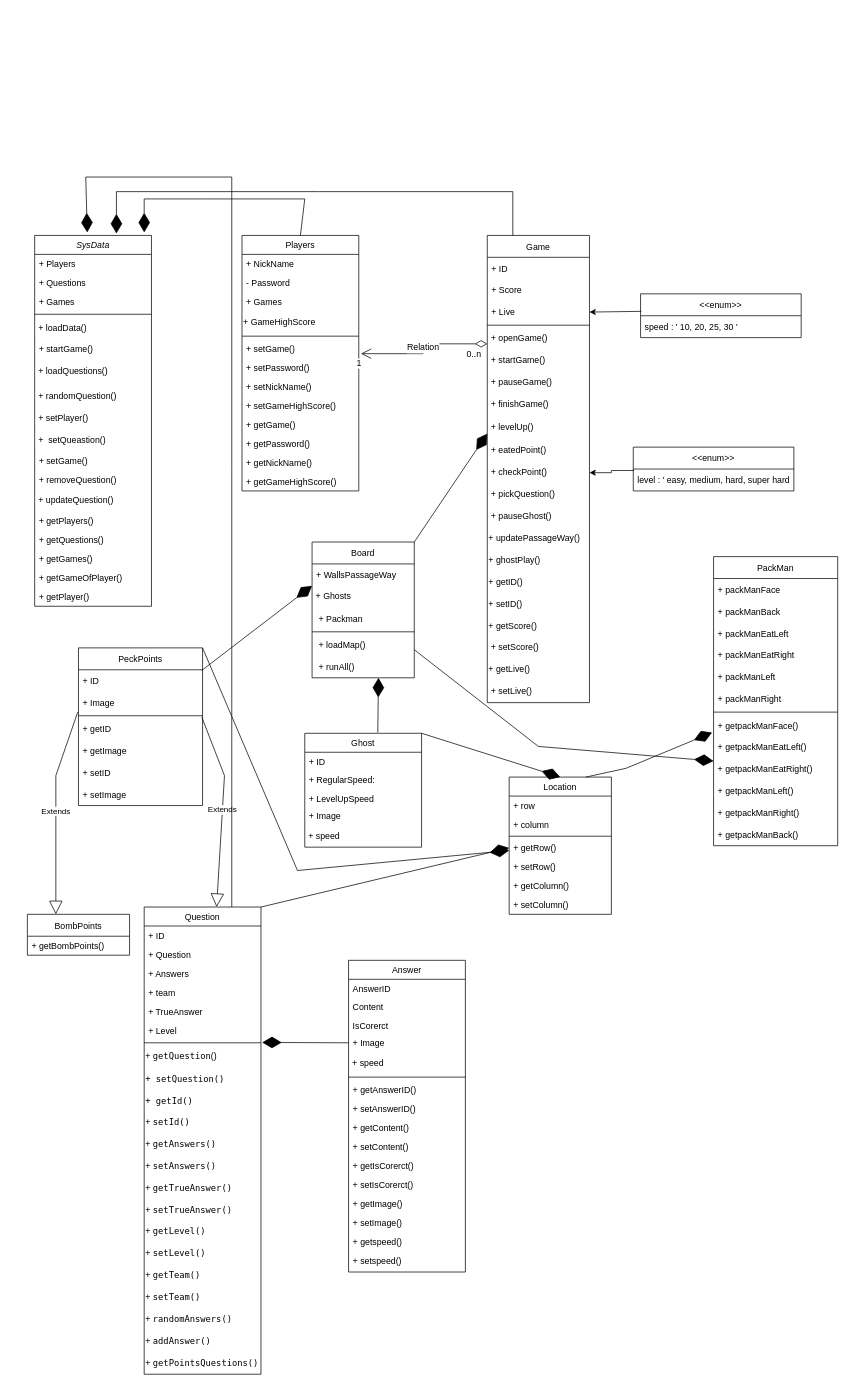
The draw.io diagram Untitled Diagram.drawio in muhammad197/Pack-Man, before the edit. Source tidied: cells renumbered, new cells numbered last; positions are measured from the earlier drawing's top-left corner, leaving out a move shared by most shapes. Both pictures are drawn from the tidied source at 73%, with x=0, y=0 at pixel (27, 177).
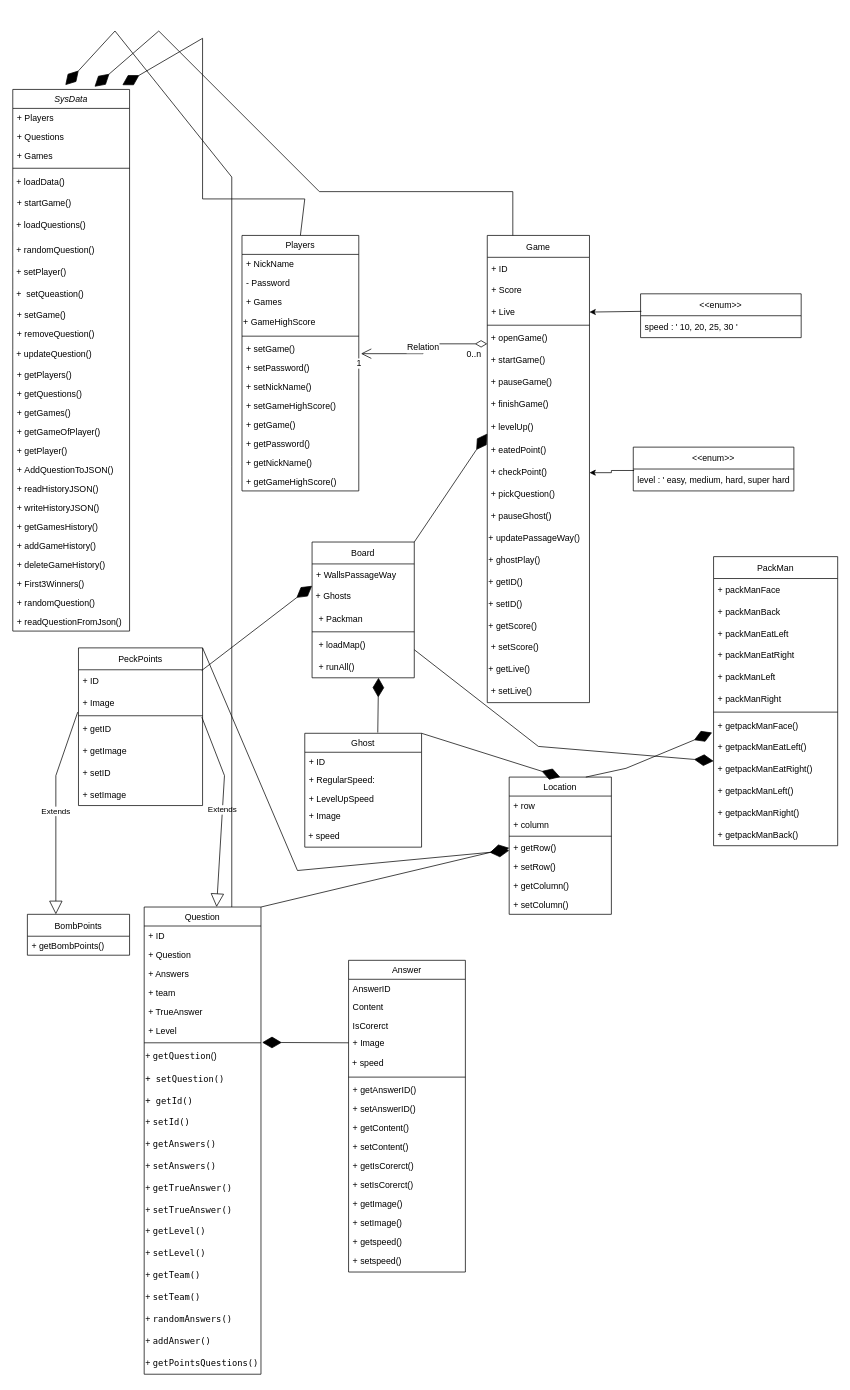
The same diagram, later.

The change refers to these unchanged cells:
```xml
<mxCell id="21" value="Question" style="swimlane;fontStyle=0;align=center;verticalAlign=top;horizontal=1;startSize=26;rounded=0;shadow=0;strokeWidth=1;" parent="1" vertex="1">
  <mxGeometry x="160" y="1000" width="160" height="640" as="geometry" />
</mxCell>
<mxCell id="50" value="Players" style="swimlane;fontStyle=0;align=center;verticalAlign=top;horizontal=1;startSize=26;rounded=0;shadow=0;strokeWidth=1;" parent="1" vertex="1">
  <mxGeometry x="294" y="80" width="160" height="350" as="geometry" />
</mxCell>
<mxCell id="64" value="Game" style="swimlane;fontStyle=0;horizontal=1;startSize=30;" parent="1" vertex="1">
  <mxGeometry x="630" y="80" width="140" height="640" as="geometry" />
</mxCell>
```

Change to the diagram source:
```diff
@@
     <mxCell id="2" value="SysData" style="swimlane;fontStyle=2;align=center;verticalAlign=top;horizontal=1;startSize=26;rounded=0;shadow=0;strokeWidth=1;" parent="1" vertex="1">
-      <mxGeometry x="10" y="80" width="160" height="508" as="geometry" />
+      <mxGeometry x="-20" y="-120" width="160" height="742" as="geometry" />
     </mxCell>
@@
+    <mxCell id="165" value="+ AddQuestionToJSON()" style="text;strokeColor=none;fillColor=none;align=left;verticalAlign=top;spacingLeft=4;spacingRight=4;overflow=hidden;" parent="2" vertex="1">
+      <mxGeometry y="508" width="160" height="26" as="geometry" />
+    </mxCell>
+    <mxCell id="166" value="+ readHistoryJSON()" style="text;strokeColor=none;fillColor=none;align=left;verticalAlign=top;spacingLeft=4;spacingRight=4;overflow=hidden;" parent="2" vertex="1">
+      <mxGeometry y="534" width="160" height="26" as="geometry" />
+    </mxCell>
+    <mxCell id="167" value="+ writeHistoryJSON()" style="text;strokeColor=none;fillColor=none;align=left;verticalAlign=top;spacingLeft=4;spacingRight=4;overflow=hidden;" parent="2" vertex="1">
+      <mxGeometry y="560" width="160" height="26" as="geometry" />
+    </mxCell>
+    <mxCell id="168" value="+ getGamesHistory()" style="text;strokeColor=none;fillColor=none;align=left;verticalAlign=top;spacingLeft=4;spacingRight=4;overflow=hidden;" parent="2" vertex="1">
+      <mxGeometry y="586" width="160" height="26" as="geometry" />
+    </mxCell>
+    <mxCell id="169" value="+ addGameHistory()" style="text;strokeColor=none;fillColor=none;align=left;verticalAlign=top;spacingLeft=4;spacingRight=4;overflow=hidden;" parent="2" vertex="1">
+      <mxGeometry y="612" width="160" height="26" as="geometry" />
+    </mxCell>
+    <mxCell id="170" value="+ deleteGameHistory()" style="text;strokeColor=none;fillColor=none;align=left;verticalAlign=top;spacingLeft=4;spacingRight=4;overflow=hidden;" parent="2" vertex="1">
+      <mxGeometry y="638" width="160" height="26" as="geometry" />
+    </mxCell>
+    <mxCell id="171" value="+ First3Winners()" style="text;strokeColor=none;fillColor=none;align=left;verticalAlign=top;spacingLeft=4;spacingRight=4;overflow=hidden;" parent="2" vertex="1">
+      <mxGeometry y="664" width="160" height="26" as="geometry" />
+    </mxCell>
+    <mxCell id="172" value="+ randomQuestion()" style="text;strokeColor=none;fillColor=none;align=left;verticalAlign=top;spacingLeft=4;spacingRight=4;overflow=hidden;" parent="2" vertex="1">
+      <mxGeometry y="690" width="160" height="26" as="geometry" />
+    </mxCell>
+    <mxCell id="173" value="+ readQuestionFromJson()" style="text;strokeColor=none;fillColor=none;align=left;verticalAlign=top;spacingLeft=4;spacingRight=4;overflow=hidden;" parent="2" vertex="1">
+      <mxGeometry y="716" width="160" height="26" as="geometry" />
+    </mxCell>
@@
     <mxCell id="110" style="endArrow=diamondThin;endFill=1;endSize=24;html=1;rounded=0;entryX=0.938;entryY=-0.008;entryDx=0;entryDy=0;entryPerimeter=0;exitX=0.5;exitY=0;exitDx=0;exitDy=0;" parent="1" edge="1" source="50" target="2">
       <mxGeometry relative="1" as="geometry">
         <Array as="points">
           <mxPoint x="380" y="30" />
           <mxPoint x="240" y="30" />
-          <mxPoint x="160" y="30" />
+          <mxPoint x="240" y="-190" />
         </Array>
       </mxGeometry>
     </mxCell>
     <mxCell id="111" style="endArrow=diamondThin;endFill=1;endSize=24;html=1;rounded=0;entryX=0.7;entryY=-0.005;entryDx=0;entryDy=0;entryPerimeter=0;exitX=0.25;exitY=0;exitDx=0;exitDy=0;" parent="1" edge="1" source="64" target="2">
       <mxGeometry relative="1" as="geometry">
         <Array as="points">
           <mxPoint x="665" y="20" />
           <mxPoint x="400" y="20" />
-          <mxPoint x="122" y="20" />
+          <mxPoint x="180" y="-200" />
         </Array>
       </mxGeometry>
     </mxCell>
     <mxCell id="112" style="endArrow=diamondThin;endFill=1;endSize=24;html=1;rounded=0;entryX=0.45;entryY=-0.008;entryDx=0;entryDy=0;entryPerimeter=0;exitX=0.75;exitY=0;exitDx=0;exitDy=0;" parent="1" edge="1" source="21" target="2">
       <mxGeometry relative="1" as="geometry">
         <Array as="points">
           <mxPoint x="280" y="396" />
           <mxPoint x="280" y="200" />
           <mxPoint x="280" />
-          <mxPoint x="80" />
+          <mxPoint x="120" y="-200" />
         </Array>
       </mxGeometry>
     </mxCell>
```
